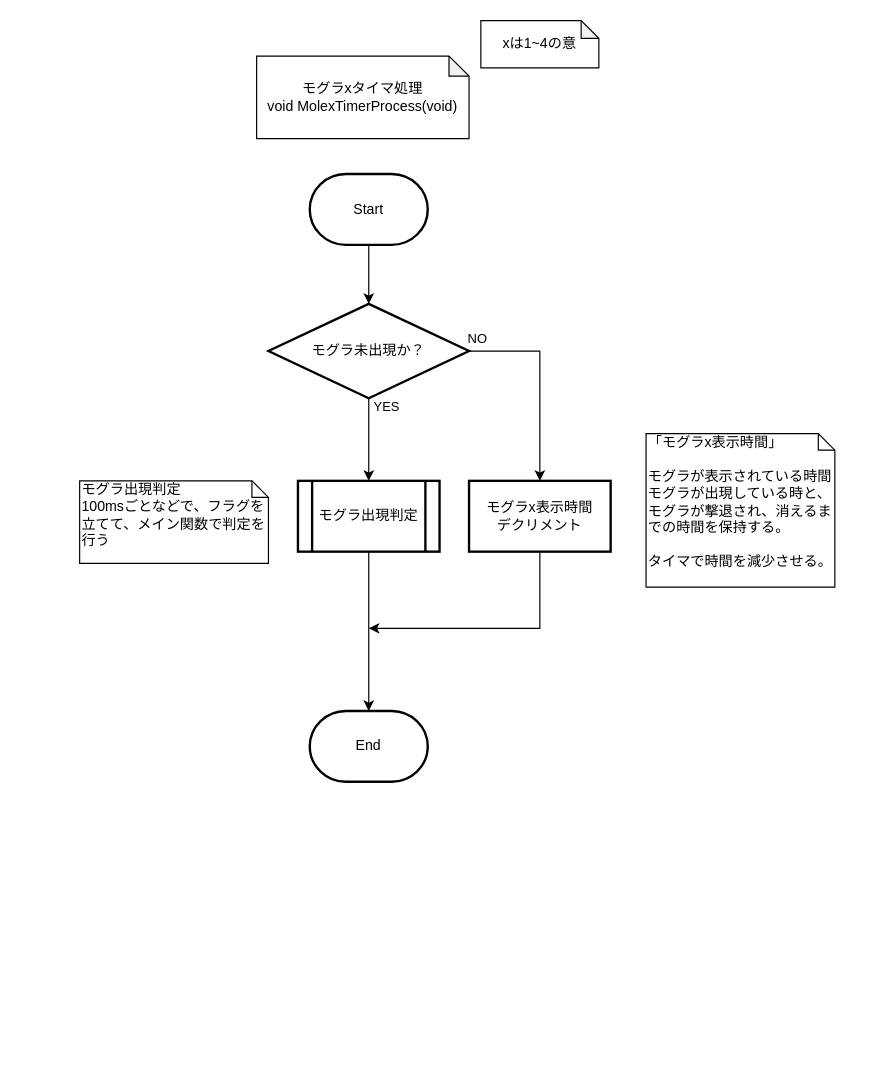
Above: page "モグラxタイマ処理" (4 of 5) of 資料/設計書/フローチャート/モグラ叩き_フローチャート_割り込み.drawio in hakohumi/comp.train.whack-a-mole (draw.io), before the change. Source tidied: cells renumbered, new cells numbered last; positions are measured from the earlier drawing's top-left corner, leaving out a move shared by most shapes. Both pictures are drawn from the tidied source at 118%, with x=0, y=0 at pixel (79, 20).
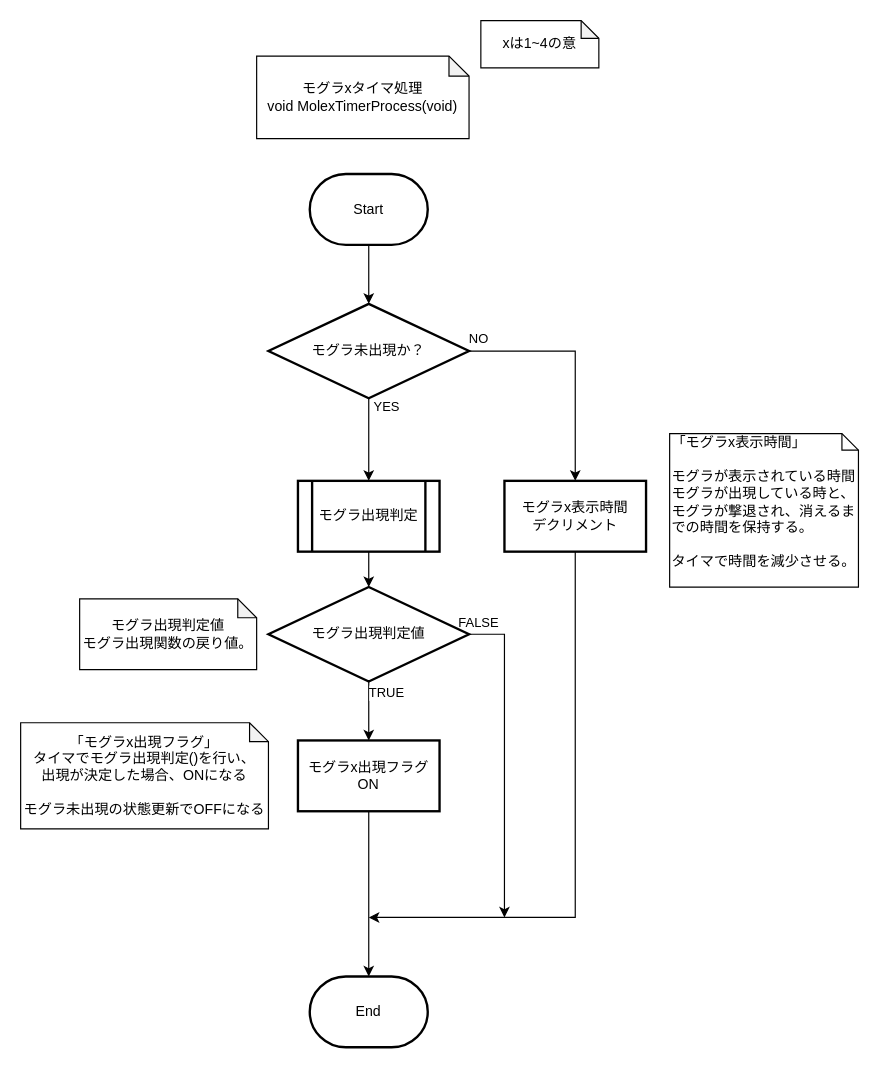
Above is the later version.

Unchanged cells that the change refers to:
```xml
<mxCell id="5" value="モグラ出現判定" style="shape=process;whiteSpace=wrap;html=1;backgroundOutline=1;strokeWidth=2;" parent="1" vertex="1">
  <mxGeometry x="185" y="390" width="120" height="60" as="geometry" />
</mxCell>
```

What changed in the source:
```diff
@@
     <mxCell id="2" value="「モグラx表示時間」&lt;br&gt;&lt;br&gt;モグラが表示されている時間&lt;br&gt;モグラが出現している時と、モグラが撃退され、消えるまでの時間を保持する。&lt;br&gt;&lt;br&gt;タイマで時間を減少させる。" style="shape=note;whiteSpace=wrap;html=1;size=14;verticalAlign=top;align=left;spacingTop=-6;" parent="1" vertex="1">
-      <mxGeometry x="480" y="350" width="160" height="130" as="geometry" />
+      <mxGeometry x="500" y="350" width="160" height="130" as="geometry" />
     </mxCell>
-    <mxCell id="3" value="モグラ出現判定&lt;br&gt;100msごとなどで、フラグを立てて、メイン関数で判定を行う" style="shape=note;whiteSpace=wrap;html=1;size=14;verticalAlign=top;align=left;spacingTop=-6;" parent="1" vertex="1">
-      <mxGeometry y="390" width="160" height="70" as="geometry" />
-    </mxCell>
-    <mxCell id="4" style="edgeStyle=orthogonalEdgeStyle;rounded=0;jettySize=auto;html=1;entryX=0.5;entryY=0;entryDx=0;entryDy=0;entryPerimeter=0;" parent="1" edge="1" source="5" target="13">
-      <mxGeometry relative="1" as="geometry" />
-    </mxCell>
+    <mxCell id="16" style="edgeStyle=orthogonalEdgeStyle;rounded=0;jettySize=auto;html=1;" parent="1" edge="1" source="5" target="20">
+      <mxGeometry relative="1" as="geometry" />
+    </mxCell>
@@
     <mxCell id="6" style="edgeStyle=orthogonalEdgeStyle;rounded=0;jettySize=auto;html=1;exitX=0.5;exitY=1;exitDx=0;exitDy=0;" parent="1" edge="1" source="7">
       <mxGeometry relative="1" as="geometry">
-        <mxPoint x="245" y="515" as="targetPoint" />
+        <mxPoint x="245" y="760" as="targetPoint" />
         <Array as="points">
-          <mxPoint x="390" y="515" />
+          <mxPoint x="390" y="760" />
+          <mxPoint x="245" y="760" />
         </Array>
       </mxGeometry>
     </mxCell>
     <mxCell id="7" value="モグラx表示時間&lt;br&gt;デクリメント" style="whiteSpace=wrap;html=1;strokeWidth=2;" parent="1" vertex="1">
-      <mxGeometry x="330" y="390" width="120" height="60" as="geometry" />
+      <mxGeometry x="360" y="390" width="120" height="60" as="geometry" />
     </mxCell>
@@
-    <mxCell id="13" value="End" style="strokeWidth=2;html=1;shape=mxgraph.flowchart.terminator;whiteSpace=wrap;" parent="1" vertex="1">
-      <mxGeometry x="195" y="585" width="100" height="60" as="geometry" />
-    </mxCell>
@@
+    <mxCell id="17" value="「モグラx出現フラグ」&lt;br&gt;タイマでモグラ出現判定()を行い、&lt;br&gt;出現が決定した場合、ONになる&lt;br&gt;&lt;br&gt;モグラ未出現の状態更新でOFFになる" style="shape=note;whiteSpace=wrap;html=1;backgroundOutline=1;darkOpacity=0.05;size=16;" parent="1" vertex="1">
+      <mxGeometry x="-50" y="595" width="210" height="90" as="geometry" />
+    </mxCell>
+    <mxCell id="18" value="TRUE" style="edgeStyle=orthogonalEdgeStyle;rounded=0;jettySize=auto;html=1;" parent="1" edge="1" source="20" target="22">
+      <mxGeometry x="-0.6" y="15" relative="1" as="geometry" />
+    </mxCell>
+    <mxCell id="19" value="FALSE" style="edgeStyle=orthogonalEdgeStyle;rounded=0;jettySize=auto;html=1;exitX=1;exitY=0.5;exitDx=0;exitDy=0;" parent="1" edge="1" source="20">
+      <mxGeometry x="-0.94" y="10" relative="1" as="geometry">
+        <mxPoint x="360" y="760" as="targetPoint" />
+        <Array as="points">
+          <mxPoint x="360" y="520" />
+          <mxPoint x="360" y="700" />
+        </Array>
+      </mxGeometry>
+    </mxCell>
+    <mxCell id="20" value="モグラ出現判定値" style="rhombus;whiteSpace=wrap;html=1;strokeWidth=2;" parent="1" vertex="1">
+      <mxGeometry x="160" y="480" width="170" height="80" as="geometry" />
+    </mxCell>
+    <mxCell id="21" style="edgeStyle=orthogonalEdgeStyle;rounded=0;jettySize=auto;html=1;entryX=0.5;entryY=0;entryDx=0;entryDy=0;entryPerimeter=0;exitX=0.5;exitY=1;exitDx=0;exitDy=0;" parent="1" edge="1" source="22" target="13">
+      <mxGeometry relative="1" as="geometry" />
+    </mxCell>
+    <mxCell id="13" value="End" style="strokeWidth=2;html=1;shape=mxgraph.flowchart.terminator;whiteSpace=wrap;" parent="1" vertex="1">
+      <mxGeometry x="195" y="810" width="100" height="60" as="geometry" />
+    </mxCell>
+    <mxCell id="22" value="モグラx出現フラグ&lt;br&gt;ON" style="whiteSpace=wrap;html=1;strokeWidth=2;" parent="1" vertex="1">
+      <mxGeometry x="185" y="610" width="120" height="60" as="geometry" />
+    </mxCell>
+    <mxCell id="23" value="モグラ出現判定値&lt;br&gt;モグラ出現関数の戻り値。" style="shape=note;whiteSpace=wrap;html=1;backgroundOutline=1;darkOpacity=0.05;size=16;" parent="1" vertex="1">
+      <mxGeometry y="490" width="150" height="60" as="geometry" />
+    </mxCell>
```
